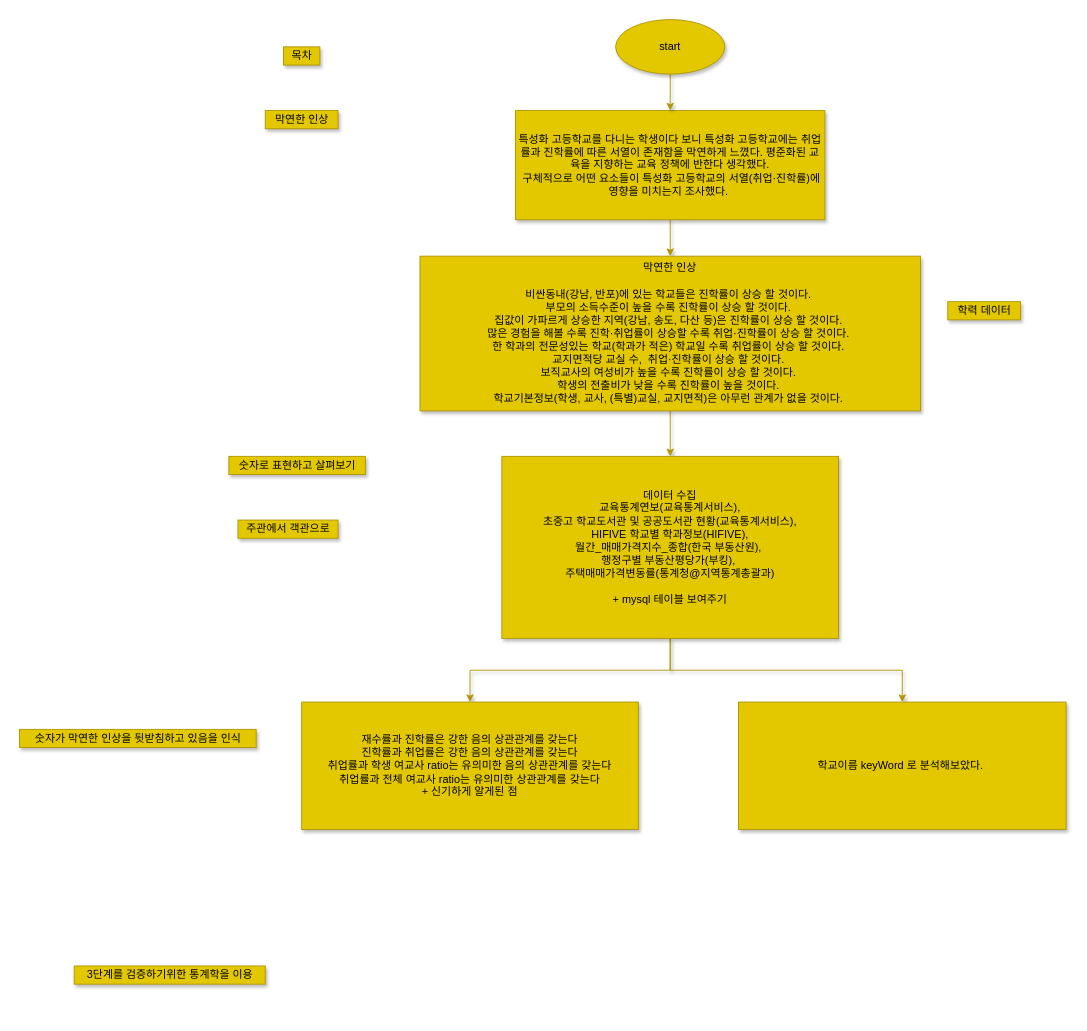
Above: page "Page-2" (2 of 2) of 2020/탐구순서.drawio in JiwonChung/dataCompetition (draw.io), before the change. Source tidied: cells renumbered, new cells numbered last; positions are measured from the earlier drawing's top-left corner, leaving out a move shared by most shapes. Both pictures are drawn from the tidied source at 91%, with x=0, y=0 at pixel (19, 19).
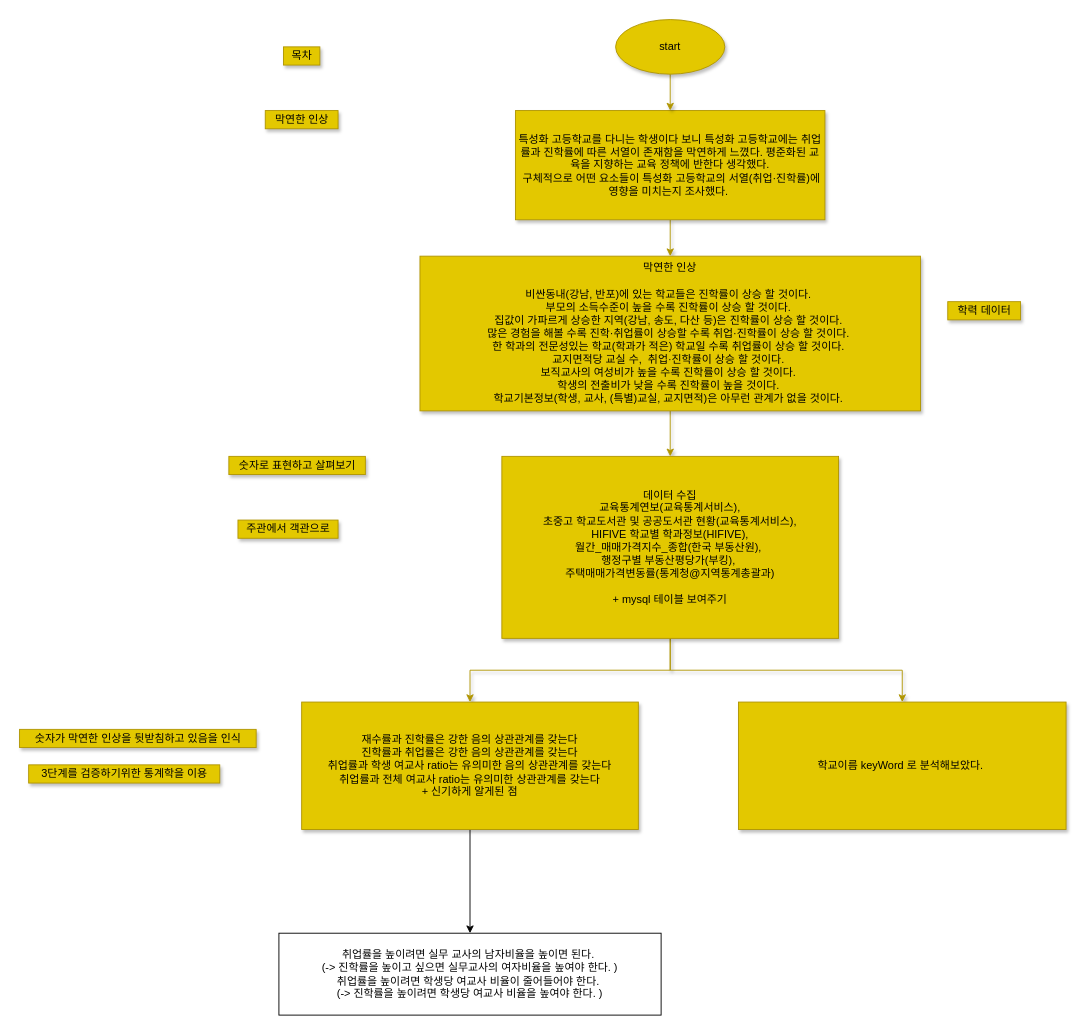
The same diagram, later.

Unchanged cells that the change refers to:
```xml
<mxCell id="15" value="재수률과 진학률은 강한 음의 상관관계를 갖는다&lt;br&gt;진학률과 취업률은 강한 음의 상관관계를 갖는다&lt;br&gt;취업률과 학생 여교사 ratio는 유의미한 음의 상관관계를 갖는다&lt;br&gt;취업률과 전체 여교사 ratio는 유의미한 상관관계를 갖는다&lt;br&gt;+ 신기하게 알게된 점" style="whiteSpace=wrap;html=1;shadow=1;fillColor=#e3c800;strokeColor=#B09500;fontColor=#000000;" parent="1" vertex="1">
  <mxGeometry x="310" y="750" width="370" height="140" as="geometry" />
</mxCell>
```

Change to the diagram source:
```diff
@@
     <mxCell id="8" value="3단계를 검증하기위한 통계학을 이용" style="text;html=1;align=center;verticalAlign=middle;strokeColor=#B09500;shadow=1;fillColor=#e3c800;fontColor=#000000;" parent="1" vertex="1">
-      <mxGeometry x="60" y="1040" width="210" height="20" as="geometry" />
+      <mxGeometry x="10" y="819" width="210" height="20" as="geometry" />
     </mxCell>
@@
+    <mxCell id="20" style="edgeStyle=orthogonalEdgeStyle;rounded=0;jettySize=auto;html=1;exitX=0.5;exitY=1;exitDx=0;exitDy=0;entryX=0.5;entryY=0;entryDx=0;entryDy=0;" parent="1" edge="1" source="15" target="21">
+      <mxGeometry relative="1" as="geometry" />
+    </mxCell>
@@
+    <mxCell id="21" value="취업률을 높이려면 실무 교사의 남자비율을 높이면 된다.&amp;nbsp;&lt;br&gt;(-&amp;gt; 진학률을 높이고 싶으면 실무교사의 여자비율을 높여야 한다. )&lt;br&gt;취업률을 높이려면 학생당 여교사 비율이 줄어들어야 한다.&amp;nbsp;&lt;br&gt;(-&amp;gt; 진학률을 높이려면 학생당 여교사 비율을 높여야 한다. )" style="whiteSpace=wrap;html=1;" parent="1" vertex="1">
+      <mxGeometry x="285" y="1004" width="420" height="90" as="geometry" />
+    </mxCell>
```
